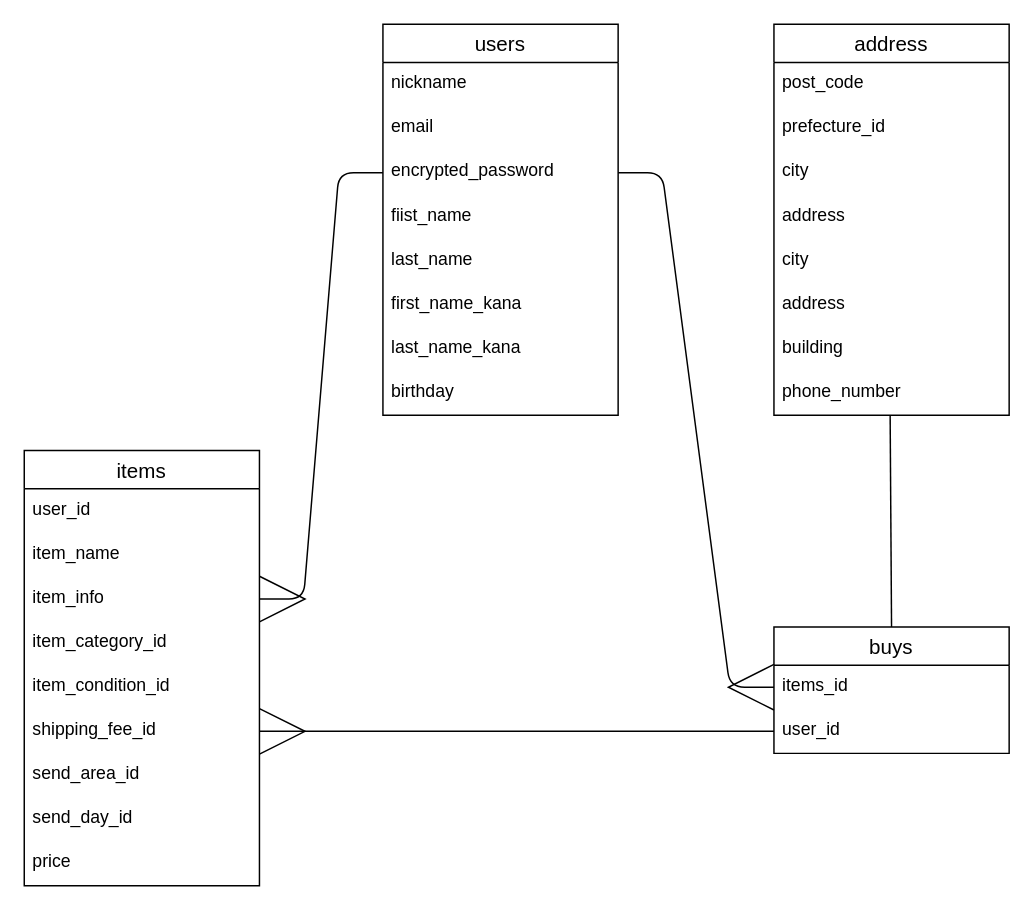
gomachan3232/furima-32357 keeps this draw.io diagram as furima.dio. Above is the earlier version. Source tidied: cells renumbered, new cells numbered last; positions are measured from the earlier drawing's top-left corner, leaving out a move shared by most shapes. Both pictures are drawn from the tidied source at 147%, with x=0, y=0 at pixel (24, 24).
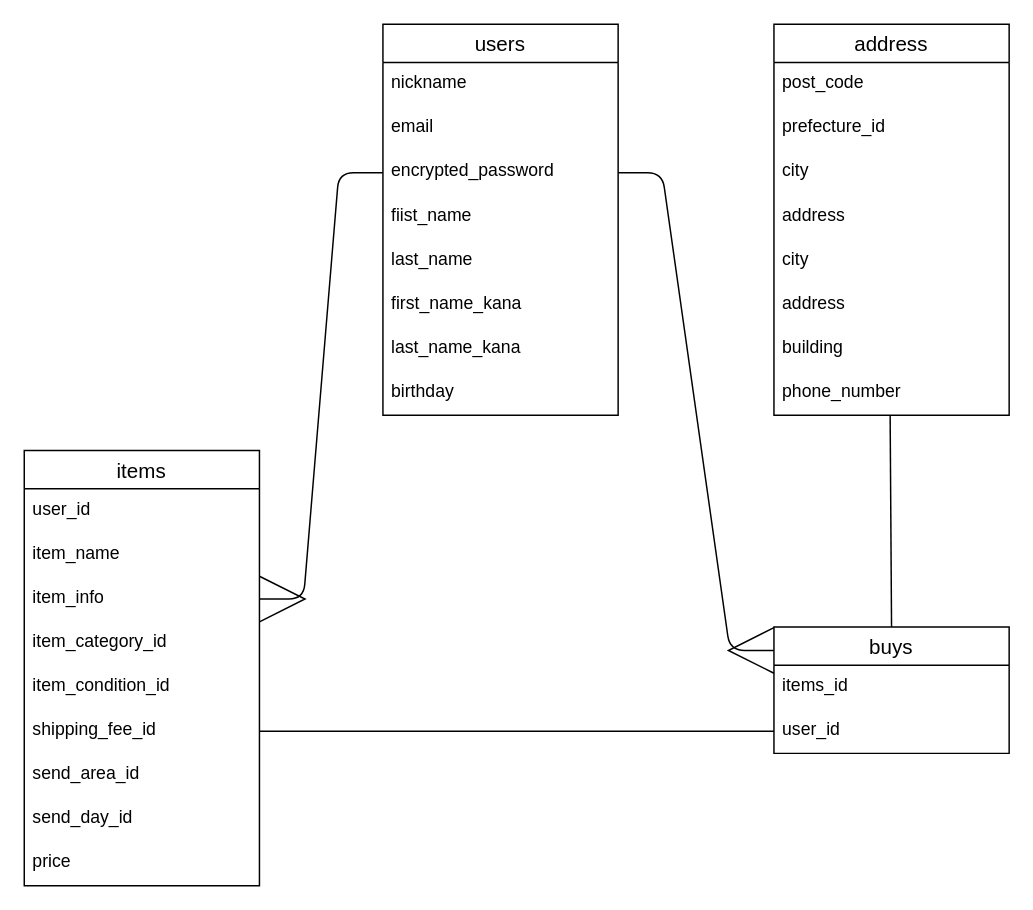
After the change.

Commit message (it also covers changes not shown here):
データベース設計　修正2

The change refers to these unchanged cells:
```xml
<mxCell id="5" value="encrypted_password" style="text;strokeColor=none;fillColor=none;spacingLeft=4;spacingRight=4;overflow=hidden;points=[[0,0.5],[1,0.5]];portConstraint=eastwest;fontSize=12;" parent="2" vertex="1">
  <mxGeometry y="86" width="160" height="30" as="geometry" />
</mxCell>
<mxCell id="17" value="shipping_fee_id" style="text;strokeColor=none;fillColor=none;spacingLeft=4;spacingRight=4;overflow=hidden;points=[[0,0.5],[1,0.5]];portConstraint=eastwest;fontSize=12;" parent="11" vertex="1">
  <mxGeometry y="176" width="160" height="30" as="geometry" />
</mxCell>
<mxCell id="21" value="buys" style="swimlane;fontStyle=0;horizontal=1;startSize=26;align=center;fontSize=14;" parent="1" vertex="1">
  <mxGeometry x="510" y="410" width="160" height="86" as="geometry" />
</mxCell>
<mxCell id="22" value="items_id" style="text;strokeColor=none;fillColor=none;spacingLeft=4;spacingRight=4;overflow=hidden;points=[[0,0.5],[1,0.5]];portConstraint=eastwest;fontSize=12;" parent="21" vertex="1">
  <mxGeometry y="26" width="160" height="30" as="geometry" />
</mxCell>
<mxCell id="23" value="user_id" style="text;strokeColor=none;fillColor=none;spacingLeft=4;spacingRight=4;overflow=hidden;points=[[0,0.5],[1,0.5]];portConstraint=eastwest;fontSize=12;" parent="21" vertex="1">
  <mxGeometry y="56" width="160" height="30" as="geometry" />
</mxCell>
```

Diff of the diagram source:
```diff
@@
-    <mxCell id="24" style="edgeStyle=entityRelationEdgeStyle;fontSize=12;html=1;endArrow=ERmany;entryX=0;entryY=0.5;entryDx=0;entryDy=0;exitX=1;exitY=0.5;exitDx=0;exitDy=0;endSize=29;" parent="1" edge="1" source="5" target="22">
+    <mxCell id="24" style="edgeStyle=entityRelationEdgeStyle;fontSize=12;html=1;endArrow=ERmany;entryX=0;entryY=0.186;entryDx=0;entryDy=0;exitX=1;exitY=0.5;exitDx=0;exitDy=0;endSize=29;entryPerimeter=0;" parent="1" edge="1" source="5" target="21">
       <mxGeometry relative="1" as="geometry" />
     </mxCell>
@@
-    <mxCell id="36" style="edgeStyle=entityRelationEdgeStyle;fontSize=12;html=1;endArrow=ERmany;entryX=1;entryY=0.5;entryDx=0;entryDy=0;exitX=0;exitY=0.5;exitDx=0;exitDy=0;endSize=29;" parent="1" edge="1" source="23" target="17">
-      <mxGeometry relative="1" as="geometry" />
-    </mxCell>
+    <mxCell id="37" style="endArrow=none;html=1;rounded=0;exitX=1;exitY=0.5;exitDx=0;exitDy=0;entryX=0;entryY=0.5;entryDx=0;entryDy=0;" parent="1" edge="1" source="17" target="23">
+      <mxGeometry relative="1" as="geometry" />
+    </mxCell>
```
